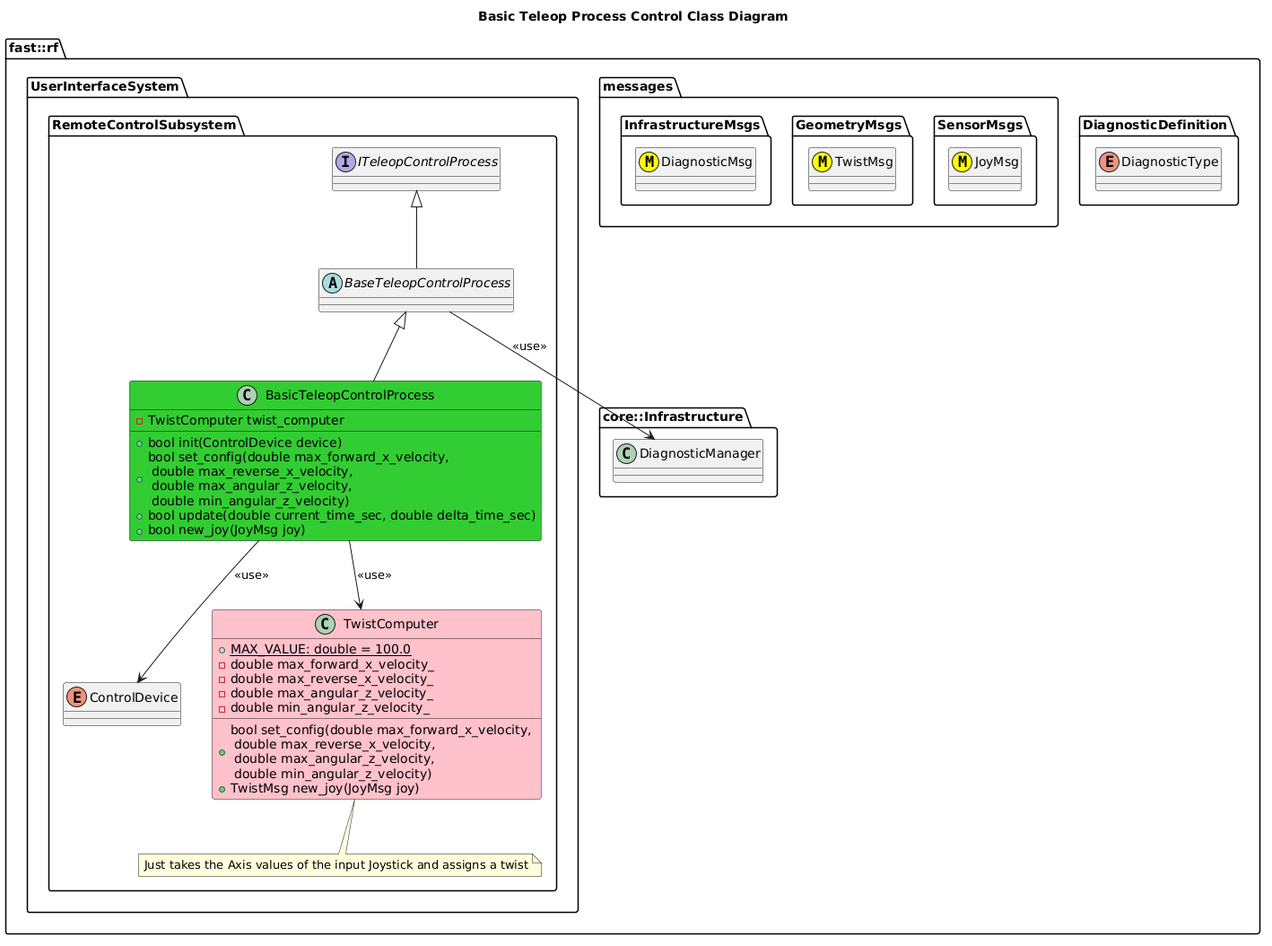
The PlantUML diagram Systems/UserInterface/Subsystems/RemoteControl/Processes/TeleopControl/doc/ProcessImplementations/puml/BasicTeleopControlProcessClassDiagram.png in fastrobotics/robot_framework, before a commit.
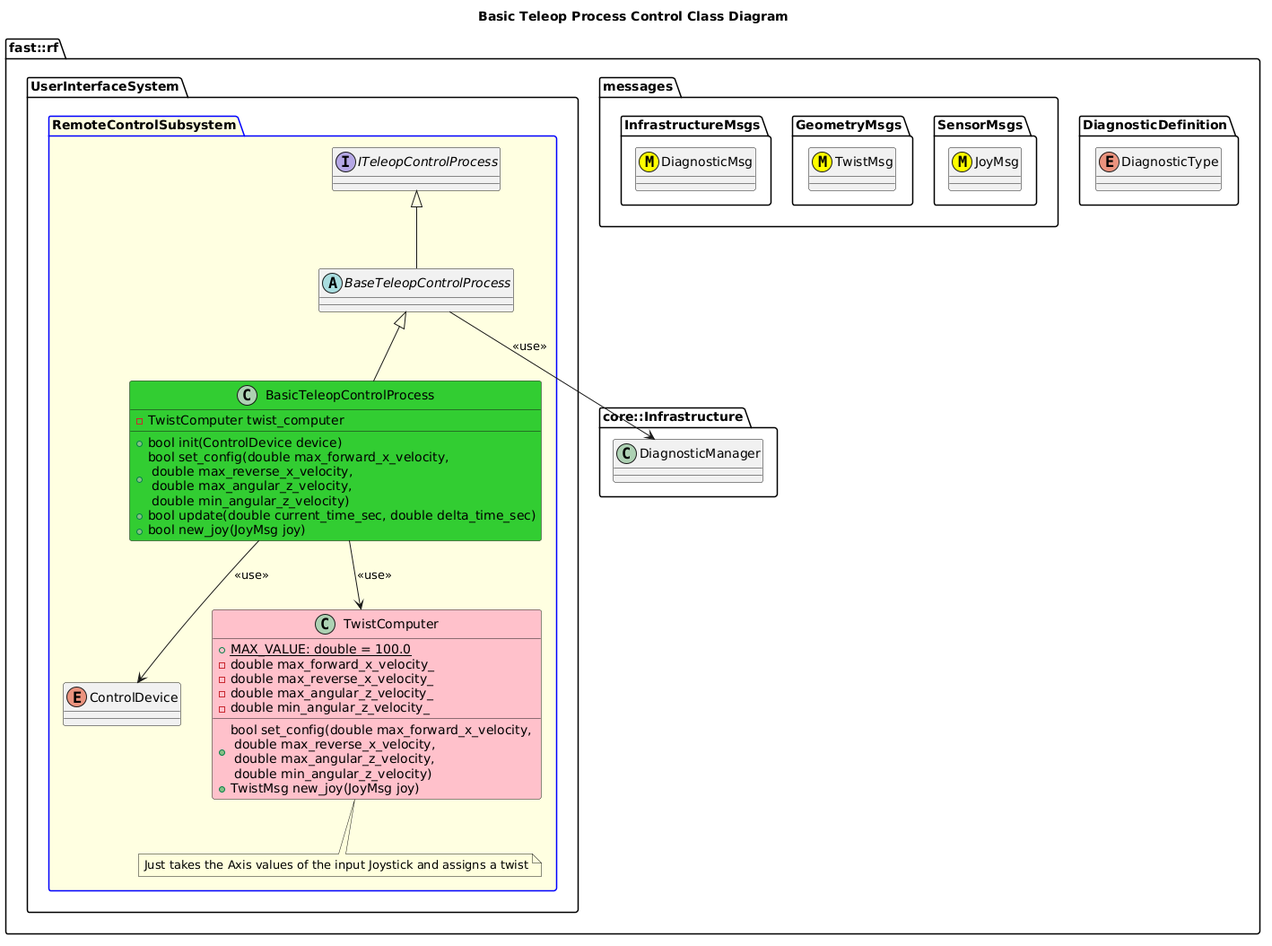
After the commit.

Change to the diagram source:
```diff
@@ -20,7 +20,7 @@
     class DiagnosticManager
   }
   namespace UserInterfaceSystem {
-    namespace RemoteControlSubsystem {
+    package RemoteControlSubsystem #LightYellow;line:blue {
         interface ITeleopControlProcess
         abstract BaseTeleopControlProcess
         enum ControlDevice
```
